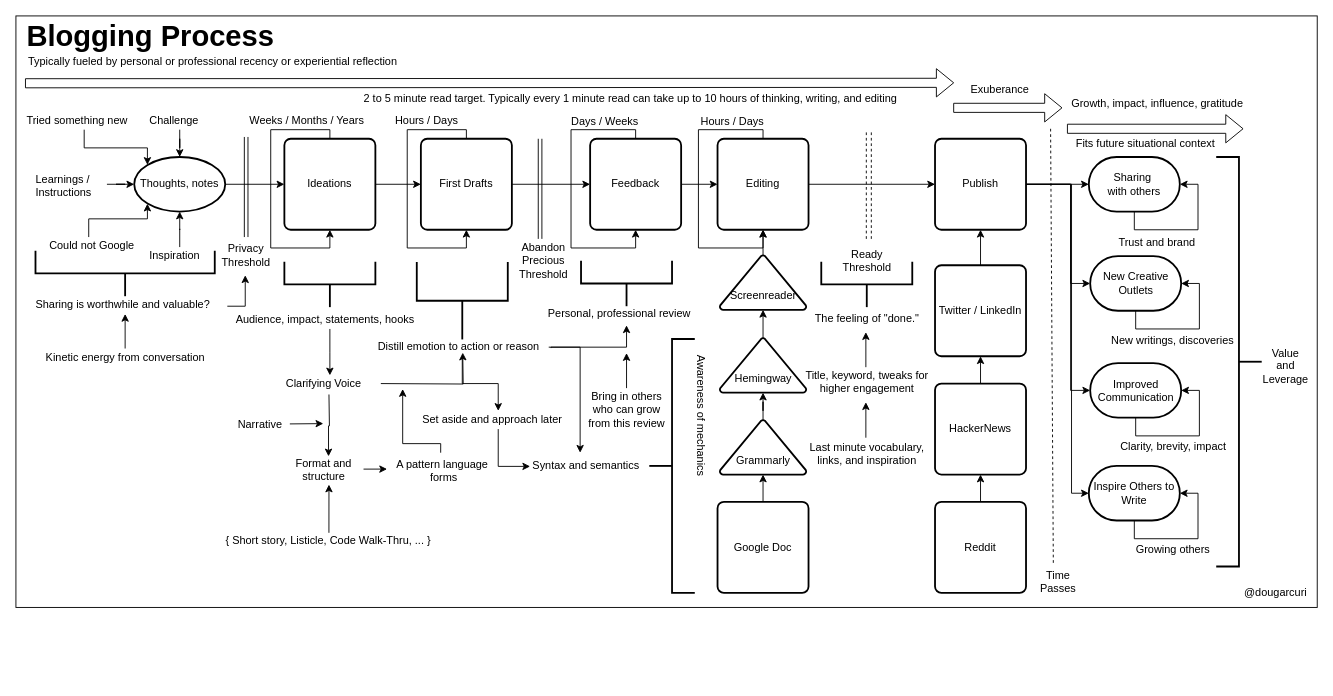
Before: mentoring/diagrams/blogging-process.drawio in solidi/learning-notes, a draw.io diagram. Source tidied: cells renumbered, new cells numbered last; positions are measured from the earlier drawing's top-left corner, leaving out a move shared by most shapes. Both pictures are drawn from the tidied source at 91%, with x=0, y=0 at pixel (15, 15).
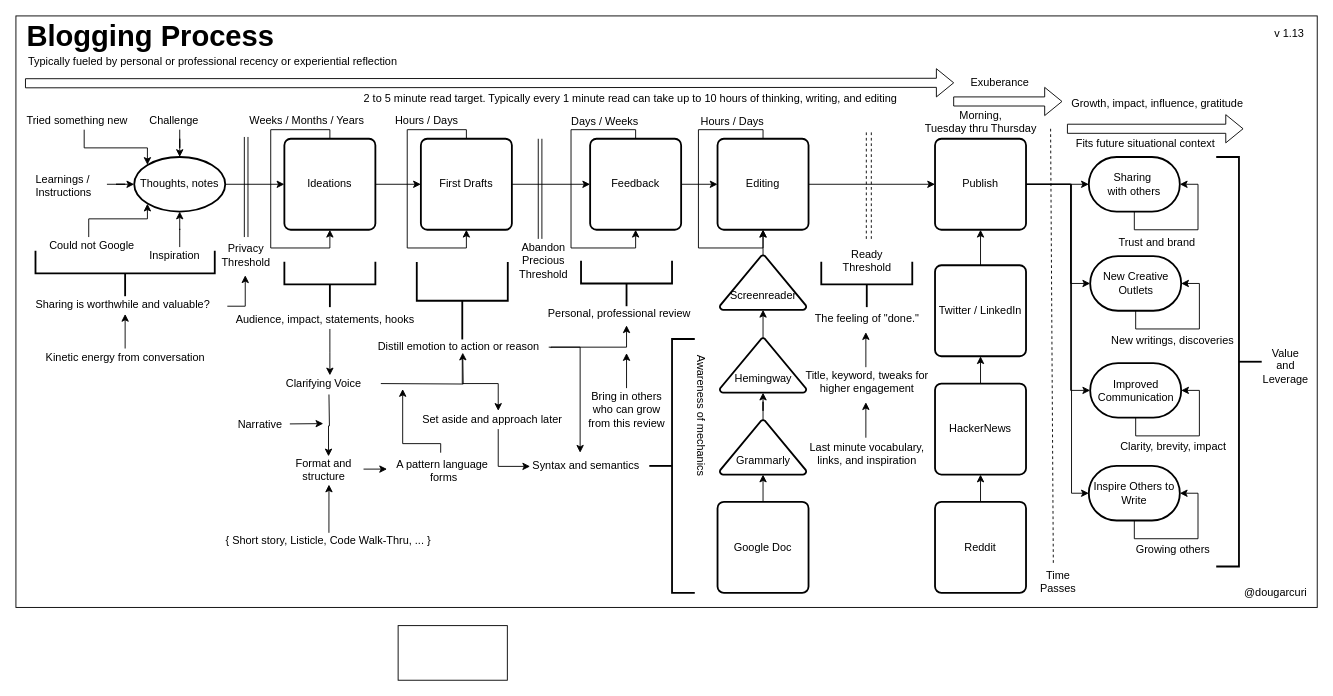
The same page after the edit.

Commit message (it also covers changes not shown here):
Update blogging process to include version and time of publish

The edit, as a diff of the source:
```diff
@@
     <mxCell id="93" style="shape=flexArrow;endArrow=classic;html=1;" parent="1" edge="1">
       <mxGeometry relative="1" as="geometry">
-        <mxPoint x="1030" y="101" as="sourcePoint" />
-        <mxPoint x="1150" y="101" as="targetPoint" />
+        <mxPoint x="1030" y="94" as="sourcePoint" />
+        <mxPoint x="1150" y="94" as="targetPoint" />
       </mxGeometry>
     </mxCell>
@@
+    <mxCell id="122" value="v 1.13" style="text;html=1;align=center;verticalAlign=middle;" parent="1" vertex="1">
+      <mxGeometry x="1374" y="10" width="50" height="20" as="geometry" />
+    </mxCell>
+    <mxCell id="123" style="rounded=0;whiteSpace=wrap;html=1;fillColor=none;align=center;" parent="1" vertex="1">
+      <mxGeometry x="420" y="670" width="120" height="60" as="geometry" />
+    </mxCell>
+    <mxCell id="124" value="Morning,&lt;br&gt;Tuesday thru Thursday" style="text;html=1;align=center;verticalAlign=top;spacingTop=-4;" parent="1" vertex="1">
+      <mxGeometry x="990" y="100" width="140" height="30" as="geometry" />
+    </mxCell>
```
